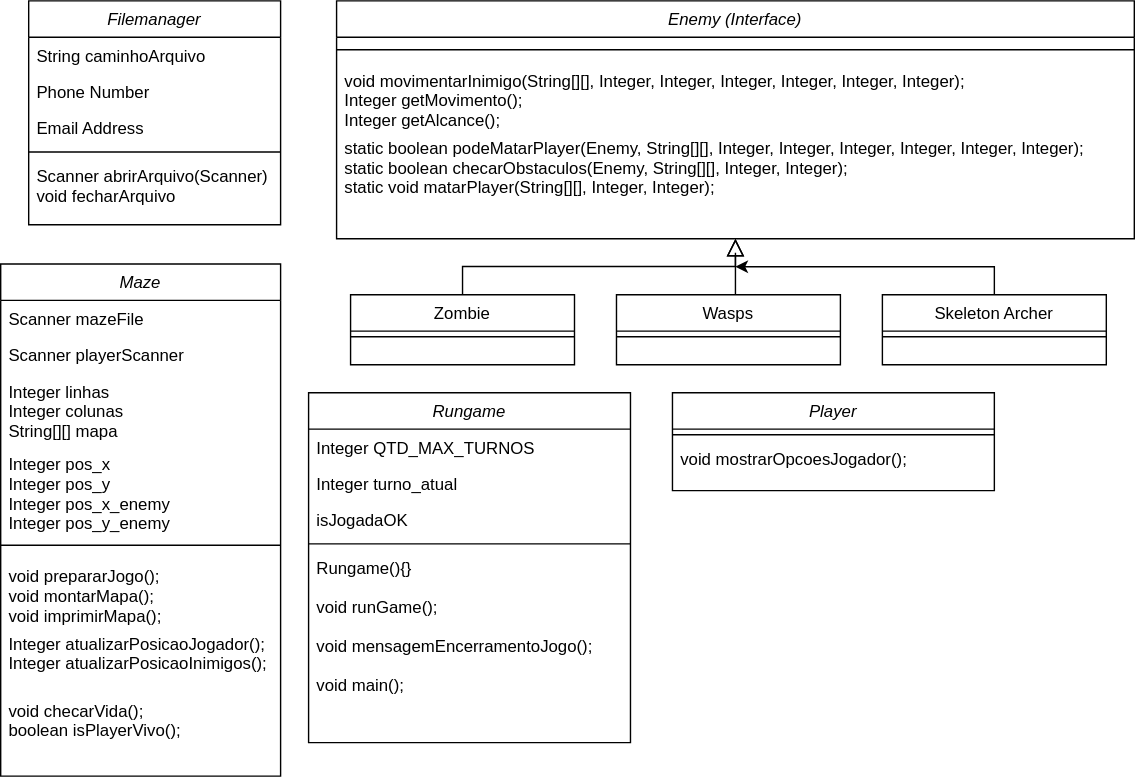
The draw.io diagram OnMyWayDiagram.svg in AndreonSM/OnMyWayGame, before a commit. Source tidied: cells renumbered, new cells last; positions are measured from the earlier drawing's top-left corner, leaving out a move shared by most shapes.
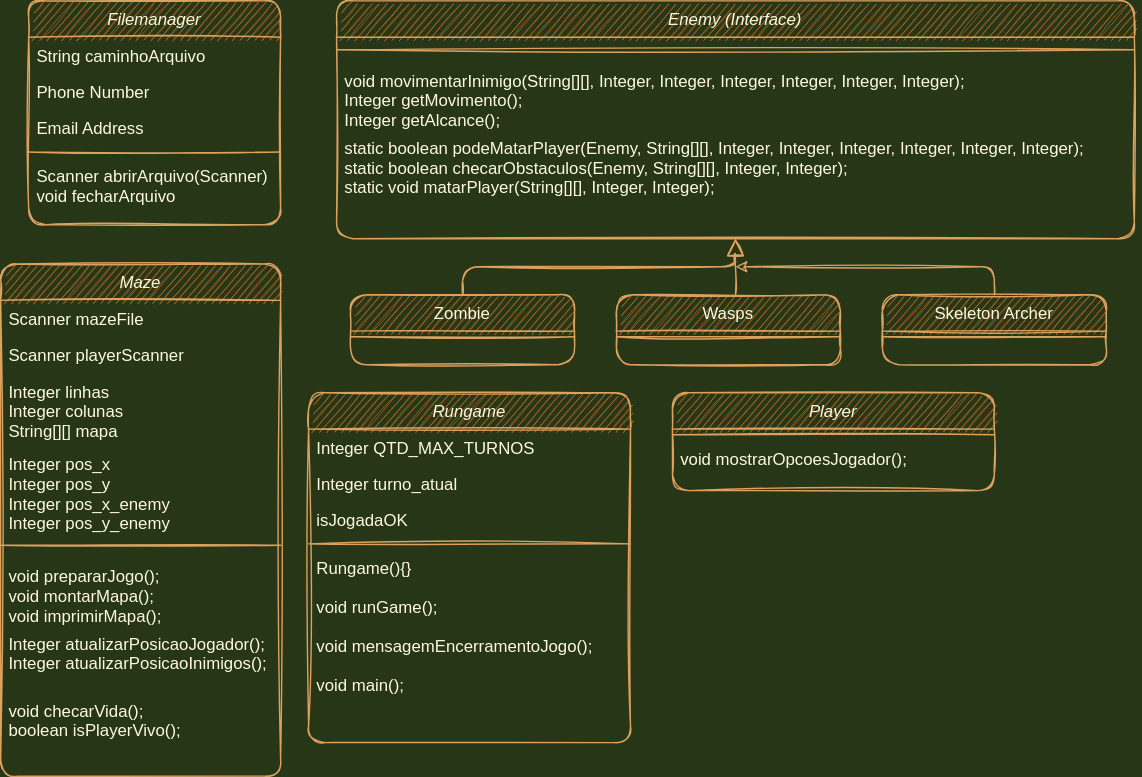
The same file after the commit.

Commit message:
docs: changing design of class diagram

What changed in the source:
```diff
@@ -1,35 +1,35 @@
-<mxGraphModel>
+<mxGraphModel background="#283618">
   <root>
     <mxCell id="0" />
     <mxCell id="1" parent="0" />
-    <mxCell id="2" value="Enemy (Interface)" style="swimlane;fontStyle=2;align=center;verticalAlign=top;horizontal=1;startSize=26;rounded=0;shadow=0;strokeWidth=1;" parent="1" vertex="1">
+    <mxCell id="2" value="Enemy (Interface)" style="swimlane;fontStyle=2;align=center;verticalAlign=top;horizontal=1;startSize=26;rounded=1;shadow=0;strokeWidth=1;fillColor=#BC6C25;strokeColor=#DDA15E;fontColor=#FEFAE0;sketch=1;" parent="1" vertex="1">
       <mxGeometry x="240" width="570" height="170" as="geometry" />
     </mxCell>
-    <mxCell id="3" value="&lt;br&gt;&lt;br&gt;&lt;br&gt;" style="line;html=1;strokeWidth=1;align=left;verticalAlign=middle;spacingTop=-1;spacingLeft=3;spacingRight=3;labelPosition=right;" parent="2" vertex="1">
+    <mxCell id="3" value="&lt;br&gt;&lt;br&gt;&lt;br&gt;" style="line;html=1;strokeWidth=1;align=left;verticalAlign=middle;spacingTop=-1;spacingLeft=3;spacingRight=3;labelPosition=right;labelBackgroundColor=#283618;fillColor=#BC6C25;strokeColor=#DDA15E;fontColor=#FEFAE0;sketch=1;rounded=1;" parent="2" vertex="1">
       <mxGeometry y="26" width="570" height="18" as="geometry" />
     </mxCell>
-    <mxCell id="4" value="void movimentarInimigo(String[][], Integer, Integer, Integer, Integer, Integer, Integer);&#10;Integer getMovimento();&#10;Integer getAlcance();" style="text;align=left;verticalAlign=top;spacingLeft=4;spacingRight=4;overflow=hidden;" parent="2" vertex="1">
+    <mxCell id="4" value="void movimentarInimigo(String[][], Integer, Integer, Integer, Integer, Integer, Integer);&#10;Integer getMovimento();&#10;Integer getAlcance();" style="text;align=left;verticalAlign=top;spacingLeft=4;spacingRight=4;overflow=hidden;fontColor=#FEFAE0;sketch=1;rounded=1;" parent="2" vertex="1">
       <mxGeometry y="44" width="570" height="48" as="geometry" />
     </mxCell>
-    <mxCell id="5" value="static boolean podeMatarPlayer(Enemy, String[][], Integer, Integer, Integer, Integer, Integer, Integer);&#10;static boolean checarObstaculos(Enemy, String[][], Integer, Integer);&#10;static void matarPlayer(String[][], Integer, Integer);" style="text;align=left;verticalAlign=top;spacingLeft=4;spacingRight=4;overflow=hidden;" parent="2" vertex="1">
+    <mxCell id="5" value="static boolean podeMatarPlayer(Enemy, String[][], Integer, Integer, Integer, Integer, Integer, Integer);&#10;static boolean checarObstaculos(Enemy, String[][], Integer, Integer);&#10;static void matarPlayer(String[][], Integer, Integer);" style="text;align=left;verticalAlign=top;spacingLeft=4;spacingRight=4;overflow=hidden;fontColor=#FEFAE0;sketch=1;rounded=1;" parent="2" vertex="1">
       <mxGeometry y="92" width="570" height="48" as="geometry" />
     </mxCell>
-    <mxCell id="6" value="Zombie" style="swimlane;fontStyle=0;align=center;verticalAlign=top;horizontal=1;startSize=26;rounded=0;shadow=0;strokeWidth=1;" parent="1" vertex="1">
+    <mxCell id="6" value="Zombie" style="swimlane;fontStyle=0;align=center;verticalAlign=top;horizontal=1;startSize=26;rounded=1;shadow=0;strokeWidth=1;fillColor=#BC6C25;strokeColor=#DDA15E;fontColor=#FEFAE0;sketch=1;" parent="1" vertex="1">
       <mxGeometry x="250" y="210" width="160" height="50" as="geometry" />
     </mxCell>
-    <mxCell id="7" style="line;html=1;strokeWidth=1;align=left;verticalAlign=middle;spacingTop=-1;spacingLeft=3;spacingRight=3;labelPosition=right;" parent="6" vertex="1">
+    <mxCell id="7" style="line;html=1;strokeWidth=1;align=left;verticalAlign=middle;spacingTop=-1;spacingLeft=3;spacingRight=3;labelPosition=right;labelBackgroundColor=#283618;fillColor=#BC6C25;strokeColor=#DDA15E;fontColor=#FEFAE0;sketch=1;rounded=1;" parent="6" vertex="1">
       <mxGeometry y="26" width="160" height="8" as="geometry" />
     </mxCell>
-    <mxCell id="8" style="endArrow=block;endSize=10;endFill=0;shadow=0;strokeWidth=1;rounded=0;edgeStyle=elbowEdgeStyle;elbow=vertical;" parent="1" edge="1" source="6" target="2">
+    <mxCell id="8" style="endArrow=block;endSize=10;endFill=0;shadow=0;strokeWidth=1;rounded=1;edgeStyle=elbowEdgeStyle;elbow=vertical;labelBackgroundColor=#283618;strokeColor=#DDA15E;fontColor=#FEFAE0;sketch=1;" parent="1" edge="1" source="6" target="2">
       <mxGeometry relative="1" as="geometry" />
     </mxCell>
-    <mxCell id="9" value="Wasps" style="swimlane;fontStyle=0;align=center;verticalAlign=top;horizontal=1;startSize=26;rounded=0;shadow=0;strokeWidth=1;" parent="1" vertex="1">
+    <mxCell id="9" value="Wasps" style="swimlane;fontStyle=0;align=center;verticalAlign=top;horizontal=1;startSize=26;rounded=1;shadow=0;strokeWidth=1;fillColor=#BC6C25;strokeColor=#DDA15E;fontColor=#FEFAE0;sketch=1;" parent="1" vertex="1">
       <mxGeometry x="440" y="210" width="160" height="50" as="geometry" />
     </mxCell>
-    <mxCell id="10" style="line;html=1;strokeWidth=1;align=left;verticalAlign=middle;spacingTop=-1;spacingLeft=3;spacingRight=3;labelPosition=right;" parent="9" vertex="1">
+    <mxCell id="10" style="line;html=1;strokeWidth=1;align=left;verticalAlign=middle;spacingTop=-1;spacingLeft=3;spacingRight=3;labelPosition=right;labelBackgroundColor=#283618;fillColor=#BC6C25;strokeColor=#DDA15E;fontColor=#FEFAE0;sketch=1;rounded=1;" parent="9" vertex="1">
       <mxGeometry y="26" width="160" height="8" as="geometry" />
     </mxCell>
-    <mxCell id="11" style="endArrow=block;endSize=10;endFill=0;shadow=0;strokeWidth=1;rounded=0;edgeStyle=elbowEdgeStyle;elbow=vertical;" parent="1" edge="1" source="9" target="2">
+    <mxCell id="11" style="endArrow=block;endSize=10;endFill=0;shadow=0;strokeWidth=1;rounded=1;edgeStyle=elbowEdgeStyle;elbow=vertical;labelBackgroundColor=#283618;strokeColor=#DDA15E;fontColor=#FEFAE0;sketch=1;" parent="1" edge="1" source="9" target="2">
       <mxGeometry relative="1" as="geometry">
         <Array as="points">
           <mxPoint x="525" y="180" />
@@ -37,7 +37,7 @@
         </Array>
       </mxGeometry>
     </mxCell>
-    <mxCell id="12" style="edgeStyle=orthogonalEdgeStyle;rounded=0;jettySize=auto;html=1;" parent="1" edge="1" source="13">
+    <mxCell id="12" style="edgeStyle=orthogonalEdgeStyle;rounded=1;jettySize=auto;html=1;labelBackgroundColor=#283618;strokeColor=#DDA15E;fontColor=#FEFAE0;sketch=1;" parent="1" edge="1" source="13">
       <mxGeometry relative="1" as="geometry">
         <mxPoint x="525" y="190" as="targetPoint" />
         <Array as="points">
@@ -45,82 +45,82 @@
         </Array>
       </mxGeometry>
     </mxCell>
-    <mxCell id="13" value="Skeleton Archer" style="swimlane;fontStyle=0;align=center;verticalAlign=top;horizontal=1;startSize=26;rounded=0;shadow=0;strokeWidth=1;" parent="1" vertex="1">
+    <mxCell id="13" value="Skeleton Archer" style="swimlane;fontStyle=0;align=center;verticalAlign=top;horizontal=1;startSize=26;rounded=1;shadow=0;strokeWidth=1;fillColor=#BC6C25;strokeColor=#DDA15E;fontColor=#FEFAE0;sketch=1;" parent="1" vertex="1">
       <mxGeometry x="630" y="210" width="160" height="50" as="geometry" />
     </mxCell>
-    <mxCell id="14" style="line;html=1;strokeWidth=1;align=left;verticalAlign=middle;spacingTop=-1;spacingLeft=3;spacingRight=3;labelPosition=right;" parent="13" vertex="1">
+    <mxCell id="14" style="line;html=1;strokeWidth=1;align=left;verticalAlign=middle;spacingTop=-1;spacingLeft=3;spacingRight=3;labelPosition=right;labelBackgroundColor=#283618;fillColor=#BC6C25;strokeColor=#DDA15E;fontColor=#FEFAE0;sketch=1;rounded=1;" parent="13" vertex="1">
       <mxGeometry y="26" width="160" height="8" as="geometry" />
     </mxCell>
-    <mxCell id="15" value="Filemanager" style="swimlane;fontStyle=2;align=center;verticalAlign=top;horizontal=1;startSize=26;rounded=0;shadow=0;strokeWidth=1;" parent="1" vertex="1">
+    <mxCell id="15" value="Filemanager" style="swimlane;fontStyle=2;align=center;verticalAlign=top;horizontal=1;startSize=26;rounded=1;shadow=0;strokeWidth=1;fillColor=#BC6C25;strokeColor=#DDA15E;fontColor=#FEFAE0;sketch=1;" parent="1" vertex="1">
       <mxGeometry x="20" width="180" height="160" as="geometry" />
     </mxCell>
-    <mxCell id="16" value="String caminhoArquivo" style="text;align=left;verticalAlign=top;spacingLeft=4;spacingRight=4;overflow=hidden;" parent="15" vertex="1">
+    <mxCell id="16" value="String caminhoArquivo" style="text;align=left;verticalAlign=top;spacingLeft=4;spacingRight=4;overflow=hidden;fontColor=#FEFAE0;sketch=1;rounded=1;" parent="15" vertex="1">
       <mxGeometry y="26" width="180" height="26" as="geometry" />
     </mxCell>
-    <mxCell id="17" value="Phone Number" style="text;align=left;verticalAlign=top;spacingLeft=4;spacingRight=4;overflow=hidden;rounded=0;shadow=0;html=0;" parent="15" vertex="1">
+    <mxCell id="17" value="Phone Number" style="text;align=left;verticalAlign=top;spacingLeft=4;spacingRight=4;overflow=hidden;rounded=1;shadow=0;html=0;fontColor=#FEFAE0;sketch=1;" parent="15" vertex="1">
       <mxGeometry y="52" width="180" height="26" as="geometry" />
     </mxCell>
-    <mxCell id="18" value="Email Address" style="text;align=left;verticalAlign=top;spacingLeft=4;spacingRight=4;overflow=hidden;rounded=0;shadow=0;html=0;" parent="15" vertex="1">
+    <mxCell id="18" value="Email Address" style="text;align=left;verticalAlign=top;spacingLeft=4;spacingRight=4;overflow=hidden;rounded=1;shadow=0;html=0;fontColor=#FEFAE0;sketch=1;" parent="15" vertex="1">
       <mxGeometry y="78" width="180" height="26" as="geometry" />
     </mxCell>
-    <mxCell id="19" style="line;html=1;strokeWidth=1;align=left;verticalAlign=middle;spacingTop=-1;spacingLeft=3;spacingRight=3;labelPosition=right;" parent="15" vertex="1">
+    <mxCell id="19" style="line;html=1;strokeWidth=1;align=left;verticalAlign=middle;spacingTop=-1;spacingLeft=3;spacingRight=3;labelPosition=right;labelBackgroundColor=#283618;fillColor=#BC6C25;strokeColor=#DDA15E;fontColor=#FEFAE0;sketch=1;rounded=1;" parent="15" vertex="1">
       <mxGeometry y="104" width="180" height="8" as="geometry" />
     </mxCell>
-    <mxCell id="20" value="Scanner abrirArquivo(Scanner)&#10;void fecharArquivo" style="text;align=left;verticalAlign=top;spacingLeft=4;spacingRight=4;overflow=hidden;" parent="15" vertex="1">
+    <mxCell id="20" value="Scanner abrirArquivo(Scanner)&#10;void fecharArquivo" style="text;align=left;verticalAlign=top;spacingLeft=4;spacingRight=4;overflow=hidden;fontColor=#FEFAE0;sketch=1;rounded=1;" parent="15" vertex="1">
       <mxGeometry y="112" width="180" height="48" as="geometry" />
     </mxCell>
-    <mxCell id="21" value="Maze" style="swimlane;fontStyle=2;align=center;verticalAlign=top;horizontal=1;startSize=26;rounded=0;shadow=0;strokeWidth=1;" parent="1" vertex="1">
+    <mxCell id="21" value="Maze" style="swimlane;fontStyle=2;align=center;verticalAlign=top;horizontal=1;startSize=26;rounded=1;shadow=0;strokeWidth=1;fillColor=#BC6C25;strokeColor=#DDA15E;fontColor=#FEFAE0;sketch=1;" parent="1" vertex="1">
       <mxGeometry y="188" width="200" height="366" as="geometry" />
     </mxCell>
-    <mxCell id="22" value="Scanner mazeFile" style="text;align=left;verticalAlign=top;spacingLeft=4;spacingRight=4;overflow=hidden;" parent="21" vertex="1">
+    <mxCell id="22" value="Scanner mazeFile" style="text;align=left;verticalAlign=top;spacingLeft=4;spacingRight=4;overflow=hidden;fontColor=#FEFAE0;sketch=1;rounded=1;" parent="21" vertex="1">
       <mxGeometry y="26" width="200" height="26" as="geometry" />
     </mxCell>
-    <mxCell id="23" value="Scanner playerScanner" style="text;align=left;verticalAlign=top;spacingLeft=4;spacingRight=4;overflow=hidden;rounded=0;shadow=0;html=0;" parent="21" vertex="1">
+    <mxCell id="23" value="Scanner playerScanner" style="text;align=left;verticalAlign=top;spacingLeft=4;spacingRight=4;overflow=hidden;rounded=1;shadow=0;html=0;fontColor=#FEFAE0;sketch=1;" parent="21" vertex="1">
       <mxGeometry y="52" width="200" height="26" as="geometry" />
     </mxCell>
-    <mxCell id="24" value="Integer linhas&#10;Integer colunas&#10;String[][] mapa" style="text;align=left;verticalAlign=top;spacingLeft=4;spacingRight=4;overflow=hidden;rounded=0;shadow=0;html=0;" parent="21" vertex="1">
+    <mxCell id="24" value="Integer linhas&#10;Integer colunas&#10;String[][] mapa" style="text;align=left;verticalAlign=top;spacingLeft=4;spacingRight=4;overflow=hidden;rounded=1;shadow=0;html=0;fontColor=#FEFAE0;sketch=1;" parent="21" vertex="1">
       <mxGeometry y="78" width="200" height="52" as="geometry" />
     </mxCell>
-    <mxCell id="25" value="Integer pos_x&#10;Integer pos_y&#10;Integer pos_x_enemy&#10;Integer pos_y_enemy" style="text;align=left;verticalAlign=top;spacingLeft=4;spacingRight=4;overflow=hidden;rounded=0;shadow=0;html=0;" parent="21" vertex="1">
+    <mxCell id="25" value="Integer pos_x&#10;Integer pos_y&#10;Integer pos_x_enemy&#10;Integer pos_y_enemy" style="text;align=left;verticalAlign=top;spacingLeft=4;spacingRight=4;overflow=hidden;rounded=1;shadow=0;html=0;fontColor=#FEFAE0;sketch=1;" parent="21" vertex="1">
       <mxGeometry y="130" width="200" height="62" as="geometry" />
     </mxCell>
-    <mxCell id="26" value="&lt;br&gt;&lt;br&gt;&lt;br&gt;" style="line;html=1;strokeWidth=1;align=left;verticalAlign=middle;spacingTop=-1;spacingLeft=3;spacingRight=3;labelPosition=right;" parent="21" vertex="1">
+    <mxCell id="26" value="&lt;br&gt;&lt;br&gt;&lt;br&gt;" style="line;html=1;strokeWidth=1;align=left;verticalAlign=middle;spacingTop=-1;spacingLeft=3;spacingRight=3;labelPosition=right;labelBackgroundColor=#283618;fillColor=#BC6C25;strokeColor=#DDA15E;fontColor=#FEFAE0;sketch=1;rounded=1;" parent="21" vertex="1">
       <mxGeometry y="192" width="200" height="18" as="geometry" />
     </mxCell>
-    <mxCell id="27" value="void prepararJogo();&#10;void montarMapa();&#10;void imprimirMapa();" style="text;align=left;verticalAlign=top;spacingLeft=4;spacingRight=4;overflow=hidden;" parent="21" vertex="1">
+    <mxCell id="27" value="void prepararJogo();&#10;void montarMapa();&#10;void imprimirMapa();" style="text;align=left;verticalAlign=top;spacingLeft=4;spacingRight=4;overflow=hidden;fontColor=#FEFAE0;sketch=1;rounded=1;" parent="21" vertex="1">
       <mxGeometry y="210" width="200" height="48" as="geometry" />
     </mxCell>
-    <mxCell id="28" value="Integer atualizarPosicaoJogador();&#10;Integer atualizarPosicaoInimigos();" style="text;align=left;verticalAlign=top;spacingLeft=4;spacingRight=4;overflow=hidden;" parent="21" vertex="1">
+    <mxCell id="28" value="Integer atualizarPosicaoJogador();&#10;Integer atualizarPosicaoInimigos();" style="text;align=left;verticalAlign=top;spacingLeft=4;spacingRight=4;overflow=hidden;fontColor=#FEFAE0;sketch=1;rounded=1;" parent="21" vertex="1">
       <mxGeometry y="258" width="200" height="48" as="geometry" />
     </mxCell>
-    <mxCell id="29" value="void checarVida();&#10;boolean isPlayerVivo();" style="text;align=left;verticalAlign=top;spacingLeft=4;spacingRight=4;overflow=hidden;" parent="21" vertex="1">
+    <mxCell id="29" value="void checarVida();&#10;boolean isPlayerVivo();" style="text;align=left;verticalAlign=top;spacingLeft=4;spacingRight=4;overflow=hidden;fontColor=#FEFAE0;sketch=1;rounded=1;" parent="21" vertex="1">
       <mxGeometry y="306" width="200" height="48" as="geometry" />
     </mxCell>
-    <mxCell id="30" value="Rungame" style="swimlane;fontStyle=2;align=center;verticalAlign=top;horizontal=1;startSize=26;rounded=0;shadow=0;strokeWidth=1;" parent="1" vertex="1">
+    <mxCell id="30" value="Rungame" style="swimlane;fontStyle=2;align=center;verticalAlign=top;horizontal=1;startSize=26;rounded=1;shadow=0;strokeWidth=1;fillColor=#BC6C25;strokeColor=#DDA15E;fontColor=#FEFAE0;sketch=1;" parent="1" vertex="1">
       <mxGeometry x="220" y="280" width="230" height="250" as="geometry" />
     </mxCell>
-    <mxCell id="31" value="Integer QTD_MAX_TURNOS" style="text;align=left;verticalAlign=top;spacingLeft=4;spacingRight=4;overflow=hidden;" parent="30" vertex="1">
+    <mxCell id="31" value="Integer QTD_MAX_TURNOS" style="text;align=left;verticalAlign=top;spacingLeft=4;spacingRight=4;overflow=hidden;fontColor=#FEFAE0;sketch=1;rounded=1;" parent="30" vertex="1">
       <mxGeometry y="26" width="230" height="26" as="geometry" />
     </mxCell>
-    <mxCell id="32" value="Integer turno_atual" style="text;align=left;verticalAlign=top;spacingLeft=4;spacingRight=4;overflow=hidden;rounded=0;shadow=0;html=0;" parent="30" vertex="1">
+    <mxCell id="32" value="Integer turno_atual" style="text;align=left;verticalAlign=top;spacingLeft=4;spacingRight=4;overflow=hidden;rounded=1;shadow=0;html=0;fontColor=#FEFAE0;sketch=1;" parent="30" vertex="1">
       <mxGeometry y="52" width="230" height="26" as="geometry" />
     </mxCell>
-    <mxCell id="33" value="isJogadaOK" style="text;align=left;verticalAlign=top;spacingLeft=4;spacingRight=4;overflow=hidden;rounded=0;shadow=0;html=0;" parent="30" vertex="1">
+    <mxCell id="33" value="isJogadaOK" style="text;align=left;verticalAlign=top;spacingLeft=4;spacingRight=4;overflow=hidden;rounded=1;shadow=0;html=0;fontColor=#FEFAE0;sketch=1;" parent="30" vertex="1">
       <mxGeometry y="78" width="230" height="26" as="geometry" />
     </mxCell>
-    <mxCell id="34" style="line;html=1;strokeWidth=1;align=left;verticalAlign=middle;spacingTop=-1;spacingLeft=3;spacingRight=3;labelPosition=right;" parent="30" vertex="1">
+    <mxCell id="34" style="line;html=1;strokeWidth=1;align=left;verticalAlign=middle;spacingTop=-1;spacingLeft=3;spacingRight=3;labelPosition=right;labelBackgroundColor=#283618;fillColor=#BC6C25;strokeColor=#DDA15E;fontColor=#FEFAE0;sketch=1;rounded=1;" parent="30" vertex="1">
       <mxGeometry y="104" width="230" height="8" as="geometry" />
     </mxCell>
-    <mxCell id="35" value="Rungame(){}&#10;&#10;void runGame();&#10;&#10;void mensagemEncerramentoJogo();&#10;&#10;void main();" style="text;align=left;verticalAlign=top;spacingLeft=4;spacingRight=4;overflow=hidden;" parent="30" vertex="1">
+    <mxCell id="35" value="Rungame(){}&#10;&#10;void runGame();&#10;&#10;void mensagemEncerramentoJogo();&#10;&#10;void main();" style="text;align=left;verticalAlign=top;spacingLeft=4;spacingRight=4;overflow=hidden;fontColor=#FEFAE0;sketch=1;rounded=1;" parent="30" vertex="1">
       <mxGeometry y="112" width="230" height="138" as="geometry" />
     </mxCell>
-    <mxCell id="36" value="Player" style="swimlane;fontStyle=2;align=center;verticalAlign=top;horizontal=1;startSize=26;rounded=0;shadow=0;strokeWidth=1;" parent="1" vertex="1">
+    <mxCell id="36" value="Player" style="swimlane;fontStyle=2;align=center;verticalAlign=top;horizontal=1;startSize=26;rounded=1;shadow=0;strokeWidth=1;fillColor=#BC6C25;strokeColor=#DDA15E;fontColor=#FEFAE0;sketch=1;" parent="1" vertex="1">
       <mxGeometry x="480" y="280" width="230" height="70" as="geometry" />
     </mxCell>
-    <mxCell id="37" style="line;html=1;strokeWidth=1;align=left;verticalAlign=middle;spacingTop=-1;spacingLeft=3;spacingRight=3;labelPosition=right;" parent="36" vertex="1">
+    <mxCell id="37" style="line;html=1;strokeWidth=1;align=left;verticalAlign=middle;spacingTop=-1;spacingLeft=3;spacingRight=3;labelPosition=right;labelBackgroundColor=#283618;fillColor=#BC6C25;strokeColor=#DDA15E;fontColor=#FEFAE0;sketch=1;rounded=1;" parent="36" vertex="1">
       <mxGeometry y="26" width="230" height="8" as="geometry" />
     </mxCell>
-    <mxCell id="38" value="void mostrarOpcoesJogador();" style="text;align=left;verticalAlign=top;spacingLeft=4;spacingRight=4;overflow=hidden;" parent="36" vertex="1">
+    <mxCell id="38" value="void mostrarOpcoesJogador();" style="text;align=left;verticalAlign=top;spacingLeft=4;spacingRight=4;overflow=hidden;fontColor=#FEFAE0;sketch=1;rounded=1;" parent="36" vertex="1">
       <mxGeometry y="34" width="230" height="36" as="geometry" />
     </mxCell>
   </root>
```
